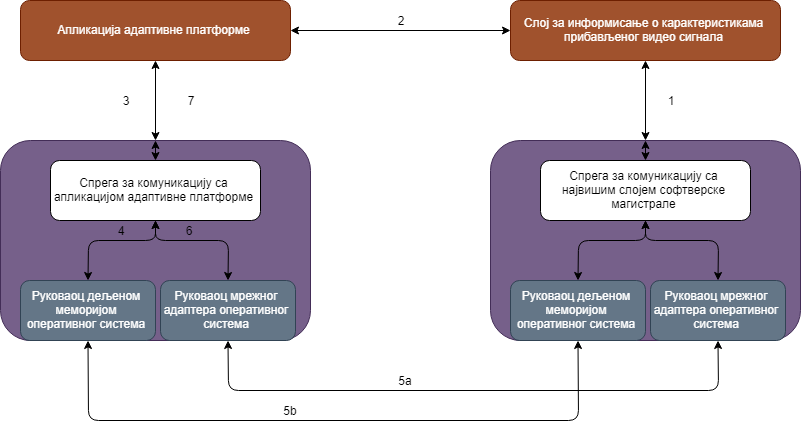
rondor1/msc keeps this draw.io diagram as res/fae-distribution.png. Above is the earlier version. Source tidied: cells renumbered, new cells last; positions are measured from the earlier drawing's top-left corner, leaving out a move shared by most shapes.
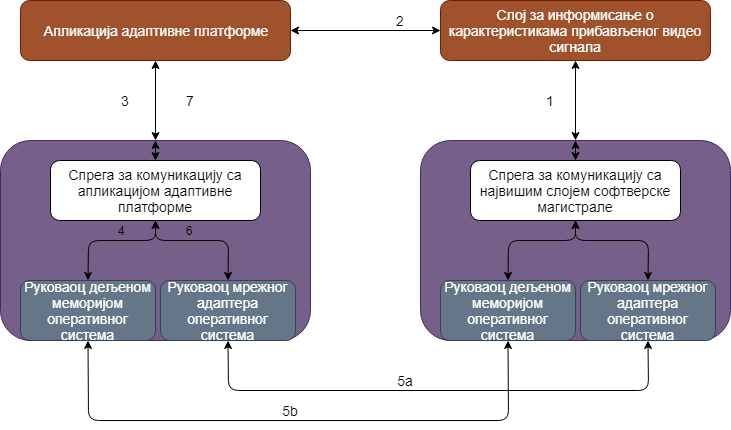
The same file after the commit.

The edit, as a diff of the source:
```diff
@@ -2,35 +2,33 @@
   <root>
     <mxCell id="0" />
     <mxCell id="1" parent="0" />
-    <mxCell id="2" style="endArrow=classic;startArrow=classic;html=1;entryX=0.5;entryY=1;entryDx=0;entryDy=0;exitX=0.5;exitY=1;exitDx=0;exitDy=0;" parent="1" edge="1">
+    <mxCell id="2" style="endArrow=classic;startArrow=classic;html=1;entryX=0.5;entryY=1;entryDx=0;entryDy=0;exitX=0.5;exitY=1;exitDx=0;exitDy=0;" parent="1" edge="1" target="18">
       <mxGeometry relative="1" as="geometry">
         <mxPoint x="87.5" y="340" as="sourcePoint" />
-        <mxPoint x="577.5" y="340" as="targetPoint" />
         <Array as="points">
           <mxPoint x="88" y="420" />
-          <mxPoint x="578" y="420" />
+          <mxPoint x="508" y="420" />
         </Array>
       </mxGeometry>
     </mxCell>
-    <mxCell id="3" style="endArrow=classic;startArrow=classic;html=1;entryX=0.5;entryY=1;entryDx=0;entryDy=0;exitX=0.5;exitY=1;exitDx=0;exitDy=0;" parent="1" edge="1">
+    <mxCell id="3" style="endArrow=classic;startArrow=classic;html=1;entryX=0.5;entryY=1;entryDx=0;entryDy=0;exitX=0.5;exitY=1;exitDx=0;exitDy=0;" parent="1" edge="1" source="17">
       <mxGeometry relative="1" as="geometry">
-        <mxPoint x="717.5" y="340" as="sourcePoint" />
         <mxPoint x="227.5" y="340" as="targetPoint" />
         <Array as="points">
-          <mxPoint x="718" y="390" />
+          <mxPoint x="648" y="390" />
           <mxPoint x="228" y="390" />
         </Array>
       </mxGeometry>
     </mxCell>
-    <mxCell id="4" value="Слој за информисање о карактеристикама прибављеног видео сигнала" style="rounded=1;whiteSpace=wrap;html=1;fillColor=#a0522d;strokeColor=#6D1F00;fontColor=#ffffff;" parent="1" vertex="1">
-      <mxGeometry x="510" width="270" height="60" as="geometry" />
+    <mxCell id="4" value="&lt;font style=&quot;font-size: 14px&quot;&gt;Слој за информисање о карактеристикама прибављеног видео сигнала&lt;/font&gt;" style="rounded=1;whiteSpace=wrap;html=1;fillColor=#a0522d;strokeColor=#6D1F00;fontColor=#ffffff;" parent="1" vertex="1">
+      <mxGeometry x="440" width="270" height="60" as="geometry" />
     </mxCell>
-    <mxCell id="5" value="Апликација адаптивне платформе" style="rounded=1;whiteSpace=wrap;html=1;fillColor=#a0522d;strokeColor=#6D1F00;fontColor=#ffffff;" parent="1" vertex="1">
+    <mxCell id="5" value="&lt;font style=&quot;font-size: 14px&quot;&gt;Апликација адаптивне платформе&lt;/font&gt;" style="rounded=1;whiteSpace=wrap;html=1;fillColor=#a0522d;strokeColor=#6D1F00;fontColor=#ffffff;" parent="1" vertex="1">
       <mxGeometry x="20" width="270" height="60" as="geometry" />
     </mxCell>
     <mxCell id="6" style="endArrow=classic;startArrow=classic;html=1;entryX=0.5;entryY=0;entryDx=0;entryDy=0;exitX=0.5;exitY=1;exitDx=0;exitDy=0;" parent="1" edge="1" source="4">
       <mxGeometry relative="1" as="geometry">
-        <mxPoint x="645" y="140" as="targetPoint" />
+        <mxPoint x="575" y="140" as="targetPoint" />
       </mxGeometry>
     </mxCell>
     <mxCell id="7" style="endArrow=classic;startArrow=classic;html=1;entryX=0.5;entryY=0;entryDx=0;entryDy=0;exitX=0.5;exitY=1;exitDx=0;exitDy=0;" parent="1" edge="1" source="5">
@@ -41,35 +39,35 @@
     <mxCell id="8" style="endArrow=classic;startArrow=classic;html=1;entryX=0;entryY=0.5;entryDx=0;entryDy=0;exitX=1;exitY=0.5;exitDx=0;exitDy=0;" parent="1" edge="1" source="5" target="4">
       <mxGeometry relative="1" as="geometry" />
     </mxCell>
-    <mxCell id="9" value="2" style="text;html=1;strokeColor=none;fillColor=none;align=center;verticalAlign=middle;whiteSpace=wrap;rounded=0;" parent="1" vertex="1">
+    <mxCell id="9" value="&lt;font style=&quot;font-size: 14px&quot;&gt;2&lt;/font&gt;" style="text;html=1;strokeColor=none;fillColor=none;align=center;verticalAlign=middle;whiteSpace=wrap;rounded=0;" parent="1" vertex="1">
       <mxGeometry x="380" y="10" width="40" height="20" as="geometry" />
     </mxCell>
-    <mxCell id="10" value="5a" style="text;html=1;strokeColor=none;fillColor=none;align=center;verticalAlign=middle;whiteSpace=wrap;rounded=0;" parent="1" vertex="1">
+    <mxCell id="10" value="&lt;font style=&quot;font-size: 14px&quot;&gt;5a&lt;/font&gt;" style="text;html=1;strokeColor=none;fillColor=none;align=center;verticalAlign=middle;whiteSpace=wrap;rounded=0;" parent="1" vertex="1">
       <mxGeometry x="385" y="370" width="40" height="20" as="geometry" />
     </mxCell>
-    <mxCell id="11" value="5b" style="text;html=1;strokeColor=none;fillColor=none;align=center;verticalAlign=middle;whiteSpace=wrap;rounded=0;" parent="1" vertex="1">
+    <mxCell id="11" value="&lt;font style=&quot;font-size: 14px&quot;&gt;5b&lt;/font&gt;" style="text;html=1;strokeColor=none;fillColor=none;align=center;verticalAlign=middle;whiteSpace=wrap;rounded=0;" parent="1" vertex="1">
       <mxGeometry x="270" y="400" width="40" height="20" as="geometry" />
     </mxCell>
-    <mxCell id="12" value="3" style="text;html=1;strokeColor=none;fillColor=none;align=center;verticalAlign=middle;whiteSpace=wrap;rounded=0;" parent="1" vertex="1">
+    <mxCell id="12" value="&lt;font style=&quot;font-size: 14px&quot;&gt;3&lt;/font&gt;" style="text;html=1;strokeColor=none;fillColor=none;align=center;verticalAlign=middle;whiteSpace=wrap;rounded=0;" parent="1" vertex="1">
       <mxGeometry x="105" y="90" width="40" height="20" as="geometry" />
     </mxCell>
-    <mxCell id="13" value="1" style="text;html=1;strokeColor=none;fillColor=none;align=center;verticalAlign=middle;whiteSpace=wrap;rounded=0;" parent="1" vertex="1">
-      <mxGeometry x="650" y="90" width="40" height="20" as="geometry" />
+    <mxCell id="13" value="&lt;font style=&quot;font-size: 14px&quot;&gt;1&lt;/font&gt;" style="text;html=1;strokeColor=none;fillColor=none;align=center;verticalAlign=middle;whiteSpace=wrap;rounded=0;" parent="1" vertex="1">
+      <mxGeometry x="530" y="90" width="40" height="20" as="geometry" />
     </mxCell>
-    <mxCell id="14" value="7" style="text;html=1;strokeColor=none;fillColor=none;align=center;verticalAlign=middle;whiteSpace=wrap;rounded=0;" parent="1" vertex="1">
+    <mxCell id="14" value="&lt;font style=&quot;font-size: 14px&quot;&gt;7&lt;/font&gt;" style="text;html=1;strokeColor=none;fillColor=none;align=center;verticalAlign=middle;whiteSpace=wrap;rounded=0;" parent="1" vertex="1">
       <mxGeometry x="170" y="90" width="40" height="20" as="geometry" />
     </mxCell>
     <mxCell id="15" style="rounded=1;whiteSpace=wrap;html=1;fillColor=#76608a;strokeColor=#432D57;fontColor=#ffffff;" parent="1" vertex="1">
-      <mxGeometry x="490" y="140" width="310" height="200" as="geometry" />
+      <mxGeometry x="420" y="140" width="310" height="200" as="geometry" />
     </mxCell>
-    <mxCell id="16" value="&lt;span style=&quot;white-space: normal&quot;&gt;Спрега за комуникацију са највишим слојем софтверске магистрале&lt;/span&gt;" style="rounded=1;whiteSpace=wrap;html=1;" parent="1" vertex="1">
-      <mxGeometry x="540" y="160" width="210" height="60" as="geometry" />
+    <mxCell id="16" value="&lt;span style=&quot;white-space: normal&quot;&gt;&lt;font style=&quot;font-size: 14px&quot;&gt;Спрега за комуникацију са највишим слојем софтверске магистрале&lt;/font&gt;&lt;/span&gt;" style="rounded=1;whiteSpace=wrap;html=1;" parent="1" vertex="1">
+      <mxGeometry x="470" y="160" width="210" height="60" as="geometry" />
     </mxCell>
-    <mxCell id="17" value="Руковаоц мрежног адаптера оперативног система" style="rounded=1;whiteSpace=wrap;html=1;fillColor=#647687;strokeColor=#314354;fontColor=#ffffff;" parent="1" vertex="1">
-      <mxGeometry x="650" y="280" width="135" height="60" as="geometry" />
+    <mxCell id="17" value="&lt;font style=&quot;font-size: 14px&quot;&gt;Руковаоц мрежног адаптера оперативног система&lt;/font&gt;" style="rounded=1;whiteSpace=wrap;html=1;fillColor=#647687;strokeColor=#314354;fontColor=#ffffff;" parent="1" vertex="1">
+      <mxGeometry x="580" y="280" width="135" height="60" as="geometry" />
     </mxCell>
-    <mxCell id="18" value="&lt;span style=&quot;white-space: normal&quot;&gt;Руковаоц дељеном меморијом оперативног система&lt;/span&gt;" style="rounded=1;whiteSpace=wrap;html=1;fillColor=#647687;strokeColor=#314354;fontColor=#ffffff;" parent="1" vertex="1">
-      <mxGeometry x="510" y="280" width="135" height="60" as="geometry" />
+    <mxCell id="18" value="&lt;span style=&quot;white-space: normal&quot;&gt;&lt;font style=&quot;font-size: 14px&quot;&gt;Руковаоц дељеном меморијом оперативног система&lt;/font&gt;&lt;/span&gt;" style="rounded=1;whiteSpace=wrap;html=1;fillColor=#647687;strokeColor=#314354;fontColor=#ffffff;" parent="1" vertex="1">
+      <mxGeometry x="440" y="280" width="135" height="60" as="geometry" />
     </mxCell>
     <mxCell id="19" style="endArrow=classic;startArrow=classic;html=1;entryX=0.5;entryY=0;entryDx=0;entryDy=0;exitX=0.5;exitY=0;exitDx=0;exitDy=0;" parent="1" edge="1" source="16" target="15">
       <mxGeometry relative="1" as="geometry" />
@@ -77,29 +75,29 @@
     <mxCell id="20" style="endArrow=classic;startArrow=classic;html=1;entryX=0.5;entryY=1;entryDx=0;entryDy=0;exitX=0.5;exitY=0;exitDx=0;exitDy=0;" parent="1" edge="1" source="18" target="16">
       <mxGeometry relative="1" as="geometry">
         <Array as="points">
-          <mxPoint x="578" y="240" />
-          <mxPoint x="645" y="240" />
+          <mxPoint x="508" y="240" />
+          <mxPoint x="575" y="240" />
         </Array>
       </mxGeometry>
     </mxCell>
     <mxCell id="21" style="endArrow=classic;startArrow=classic;html=1;exitX=0.5;exitY=0;exitDx=0;exitDy=0;entryX=0.5;entryY=1;entryDx=0;entryDy=0;" parent="1" edge="1" source="17" target="16">
       <mxGeometry relative="1" as="geometry">
         <Array as="points">
-          <mxPoint x="718" y="240" />
-          <mxPoint x="645" y="240" />
+          <mxPoint x="648" y="240" />
+          <mxPoint x="575" y="240" />
         </Array>
       </mxGeometry>
     </mxCell>
     <mxCell id="22" style="rounded=1;whiteSpace=wrap;html=1;fillColor=#76608a;strokeColor=#432D57;fontColor=#ffffff;" parent="1" vertex="1">
       <mxGeometry y="140" width="310" height="200" as="geometry" />
     </mxCell>
-    <mxCell id="23" value="Спрега за комуникацију са апликацијом адаптивне платформе" style="rounded=1;whiteSpace=wrap;html=1;" parent="1" vertex="1">
+    <mxCell id="23" value="&lt;font style=&quot;font-size: 14px&quot;&gt;Спрега за комуникацију са апликацијом адаптивне платформе&lt;/font&gt;" style="rounded=1;whiteSpace=wrap;html=1;" parent="1" vertex="1">
       <mxGeometry x="50" y="160" width="210" height="60" as="geometry" />
     </mxCell>
-    <mxCell id="24" value="Руковаоц мрежног адаптера оперативног система" style="rounded=1;whiteSpace=wrap;html=1;fillColor=#647687;strokeColor=#314354;fontColor=#ffffff;" parent="1" vertex="1">
+    <mxCell id="24" value="&lt;font style=&quot;font-size: 14px&quot;&gt;Руковаоц мрежног адаптера оперативног система&lt;/font&gt;" style="rounded=1;whiteSpace=wrap;html=1;fillColor=#647687;strokeColor=#314354;fontColor=#ffffff;" parent="1" vertex="1">
       <mxGeometry x="160" y="280" width="135" height="60" as="geometry" />
     </mxCell>
-    <mxCell id="25" value="&lt;span style=&quot;white-space: normal&quot;&gt;Руковаоц дељеном меморијом оперативног система&lt;/span&gt;" style="rounded=1;whiteSpace=wrap;html=1;fillColor=#647687;strokeColor=#314354;fontColor=#ffffff;" parent="1" vertex="1">
+    <mxCell id="25" value="&lt;span style=&quot;white-space: normal&quot;&gt;&lt;font style=&quot;font-size: 14px&quot;&gt;Руковаоц дељеном меморијом оперативног система&lt;/font&gt;&lt;/span&gt;" style="rounded=1;whiteSpace=wrap;html=1;fillColor=#647687;strokeColor=#314354;fontColor=#ffffff;" parent="1" vertex="1">
       <mxGeometry x="20" y="280" width="135" height="60" as="geometry" />
     </mxCell>
     <mxCell id="26" style="endArrow=classic;startArrow=classic;html=1;entryX=0.5;entryY=0;entryDx=0;entryDy=0;exitX=0.5;exitY=0;exitDx=0;exitDy=0;" parent="1" edge="1" source="23" target="22">
```
